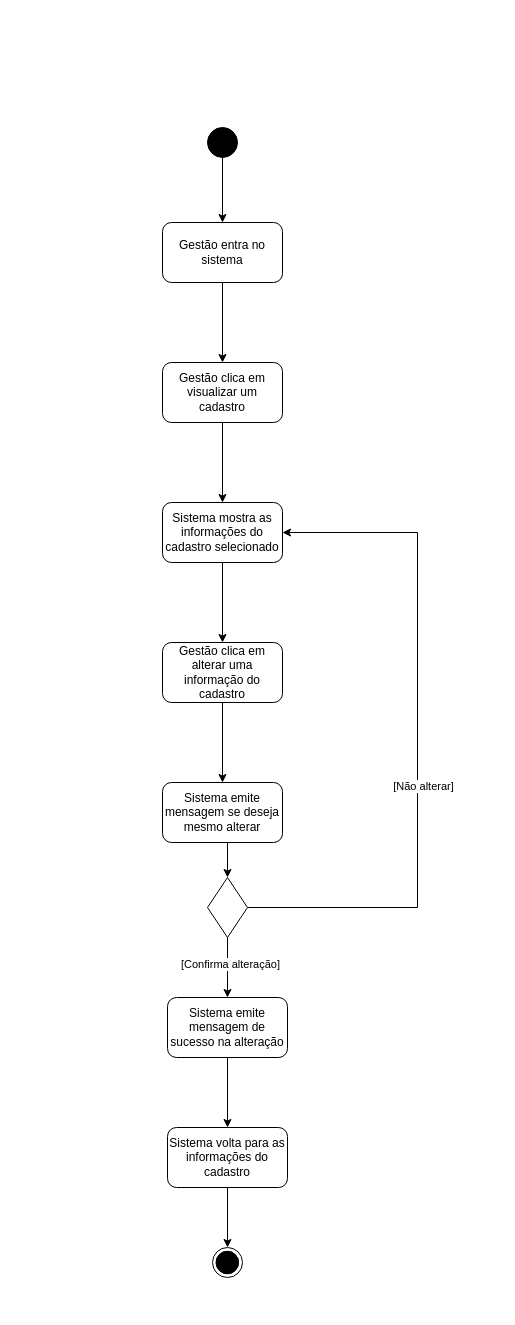
Above: Requisito-12.drawio in LizReis/An-lise-de-Sistemas (draw.io), before the change. Source tidied: cells renumbered, new cells numbered last; positions are measured from the earlier drawing's top-left corner, leaving out a move shared by most shapes. Both pictures are drawn from the tidied source at 100%, with x=0, y=0 at pixel (162, 127).
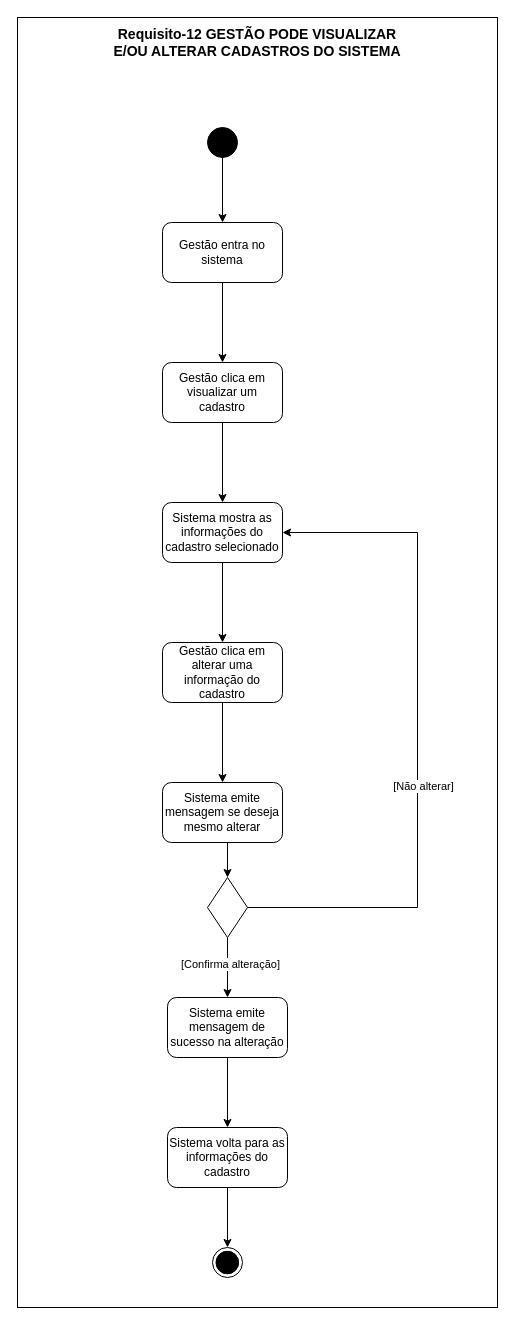
Above is the later version.

The edit, as a diff of the source:
```diff
@@
+    <mxCell id="26" style="rounded=0;whiteSpace=wrap;html=1;" parent="1" vertex="1">
+      <mxGeometry x="-145" y="-110" width="480" height="1290" as="geometry" />
+    </mxCell>
@@
+    <mxCell id="27" value="Requisito-12 GESTÃO PODE VISUALIZAR E/OU ALTERAR CADASTROS DO SISTEMA" style="text;html=1;align=center;verticalAlign=middle;whiteSpace=wrap;rounded=0;fontStyle=1;fontSize=14;" parent="1" vertex="1">
+      <mxGeometry x="-55" y="-100" width="300" height="30" as="geometry" />
+    </mxCell>
```
